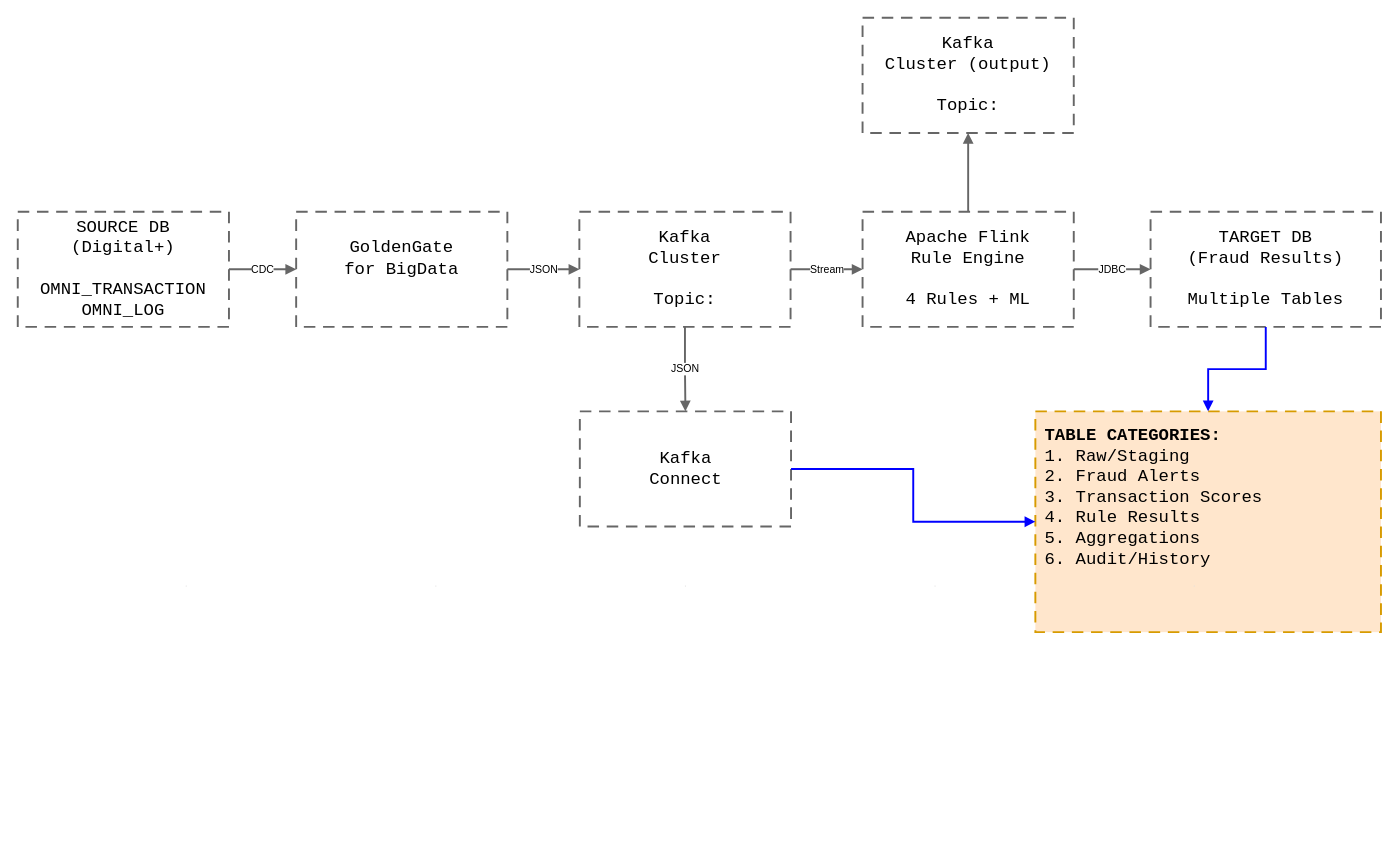
The draw.io diagram page "Luồng Lưu trữ dữ liệu" (7 of 7) of Fraud Detection.drawio in uyennt01/Project1, before the edit. Source tidied: cells renumbered, new cells numbered last; positions are measured from the earlier drawing's top-left corner, leaving out a move shared by most shapes. Both pictures are drawn from the tidied source at 96%, with x=0, y=0 at pixel (17, 17).
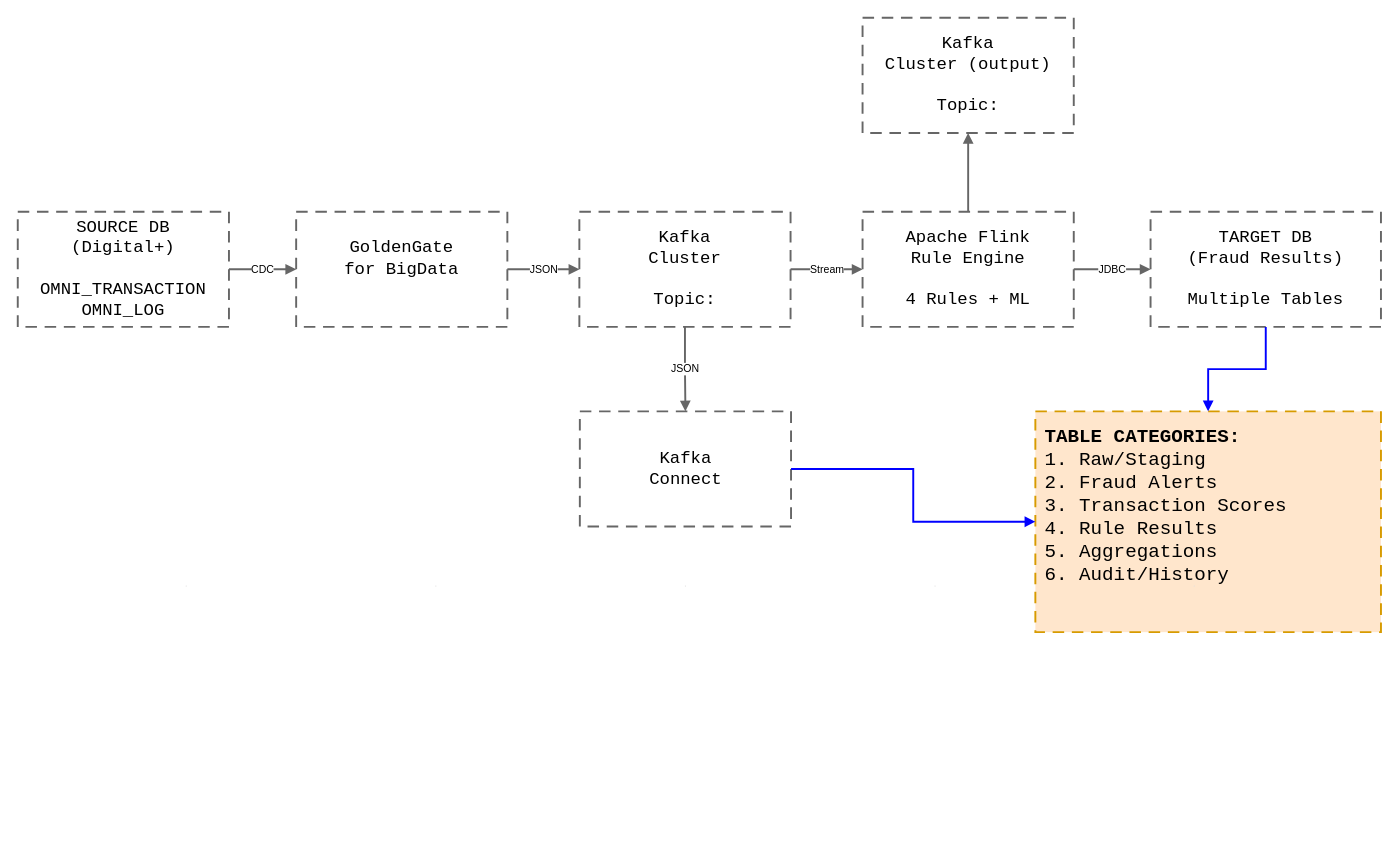
After the change.

Diff of the diagram source:
```diff
@@
-    <mxCell id="7" value="&lt;b&gt;TABLE CATEGORIES:&lt;br&gt;&lt;/b&gt;1. Raw/Staging&lt;br&gt;2. Fraud Alerts&lt;br&gt;3. Transaction Scores&lt;br&gt;4. Rule Results&lt;br&gt;5. Aggregations&lt;br&gt;6. Audit/History" style="rounded=0;whiteSpace=wrap;html=1;dashed=1;dashPattern=6 4;strokeWidth=2;strokeColor=#d79b00;fillColor=#ffe6cc;align=left;verticalAlign=top;fontFamily=Courier New;fontSize=18;spacing=10;" parent="1" vertex="1">
+    <mxCell id="7" value="&lt;b&gt;TABLE CATEGORIES:&lt;br&gt;&lt;/b&gt;1. Raw/Staging&lt;br&gt;2. Fraud Alerts&lt;br&gt;3. Transaction Scores&lt;br&gt;4. Rule Results&lt;br&gt;5. Aggregations&lt;br&gt;6. Audit/History" style="rounded=0;whiteSpace=wrap;html=1;dashed=1;dashPattern=6 4;strokeWidth=2;strokeColor=#d79b00;fillColor=#ffe6cc;align=left;verticalAlign=top;fontFamily=Courier New;fontSize=20;spacing=10;" parent="1" vertex="1">
       <mxGeometry x="1060" y="410" width="360" height="230" as="geometry" />
     </mxCell>
```
